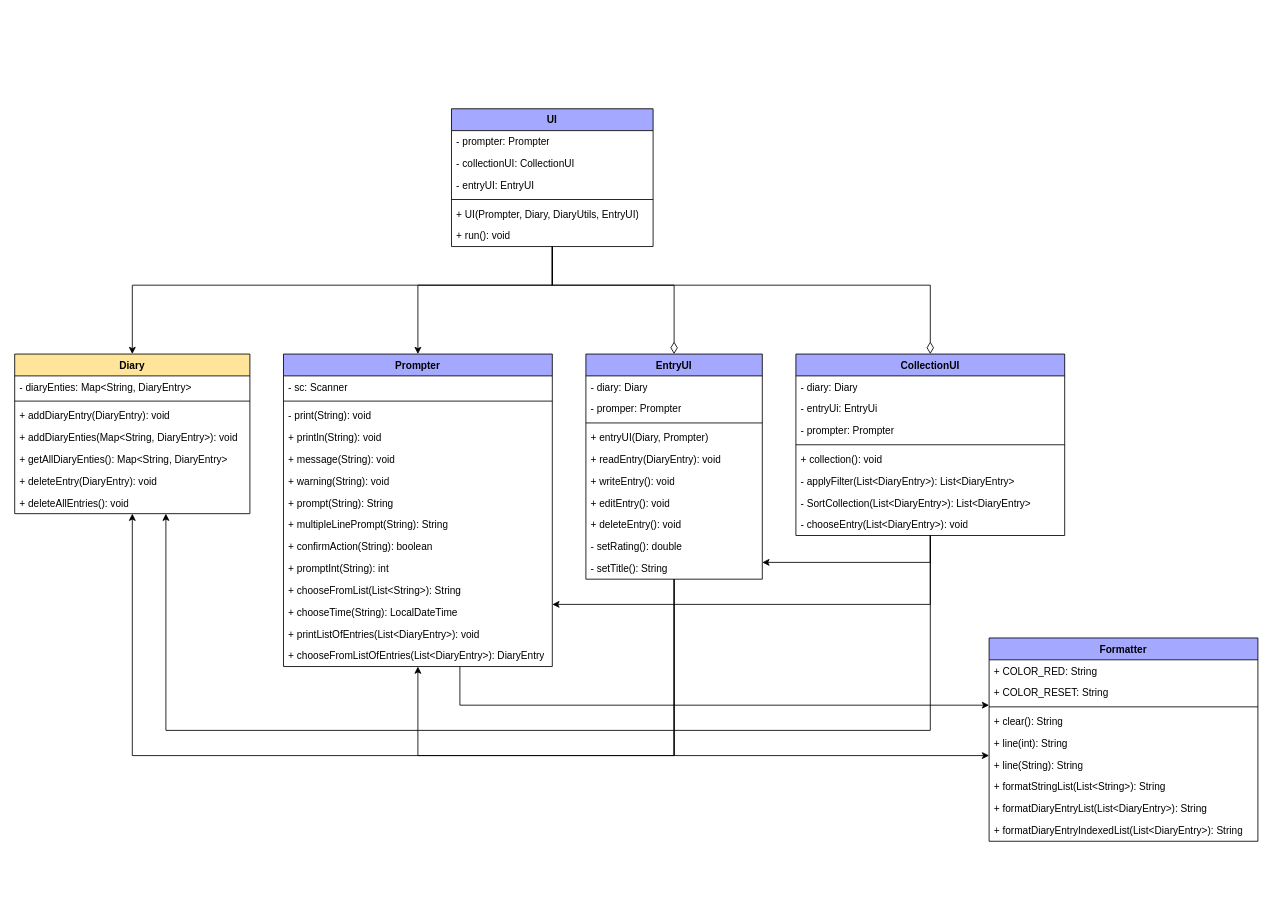
Earlier version of the draw.io diagram diagrams/UiClassesDiagram.drawio (NTNU-IDI/mappe-2025-eliashaugsbakk). Source tidied: cells renumbered, new cells numbered last; positions are measured from the earlier drawing's top-left corner, leaving out a move shared by most shapes. Both pictures are drawn from the tidied source at 84%, with x=0, y=0 at pixel (14, 108).
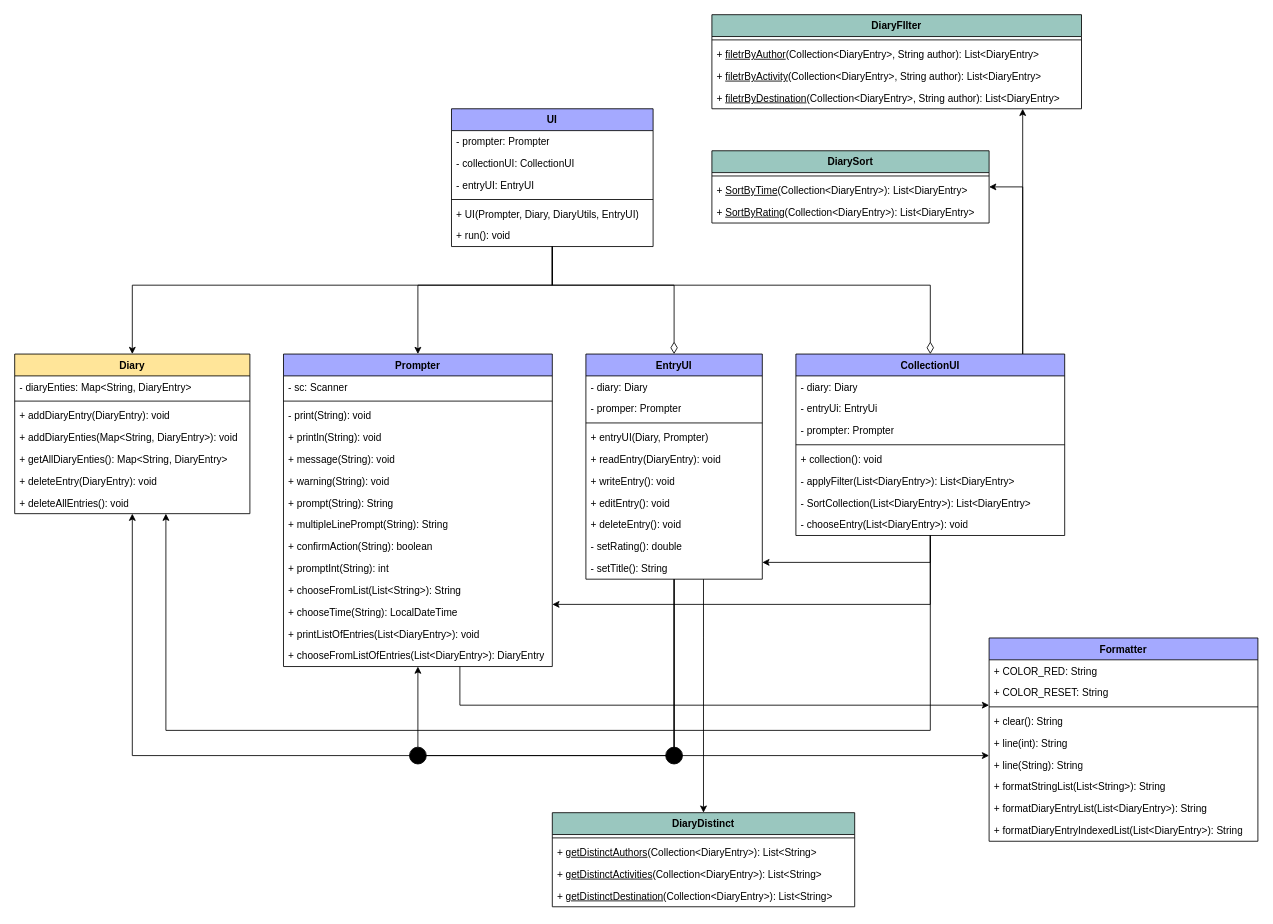
The same page after the edit.

Commit message:
Update UiClassesDiagram.drawio with utils/ classes

Unchanged cells that the change refers to:
```xml
<mxCell id="14" value="Prompter" style="swimlane;fontStyle=1;align=center;verticalAlign=top;horizontal=1;startSize=26;whiteSpace=wrap;html=1;fillColor=#A4A9FF;" parent="1" vertex="1">
  <mxGeometry x="320" y="292" width="320" height="372" as="geometry" />
</mxCell>
<mxCell id="42" value="EntryUI" style="swimlane;fontStyle=1;align=center;verticalAlign=top;horizontal=1;startSize=26;whiteSpace=wrap;html=1;fillColor=#A4A9FF;" parent="1" vertex="1">
  <mxGeometry x="680" y="292" width="210" height="268" as="geometry" />
</mxCell>
<mxCell id="56" value="CollectionUI" style="swimlane;fontStyle=1;align=center;verticalAlign=top;horizontal=1;startSize=26;whiteSpace=wrap;html=1;fillColor=#A4A9FF;" parent="1" vertex="1">
  <mxGeometry x="930" y="292" width="320" height="216" as="geometry" />
</mxCell>
```

Diff of the diagram source:
```diff
@@
-    <mxCell id="40" style="edgeStyle=orthogonalEdgeStyle;rounded=0;jettySize=auto;html=1;" parent="1" edge="1" source="42" target="14">
-      <mxGeometry relative="1" as="geometry">
-        <Array as="points">
-          <mxPoint x="785" y="770" />
-          <mxPoint x="480" y="770" />
-        </Array>
-      </mxGeometry>
+    <mxCell id="40" style="edgeStyle=orthogonalEdgeStyle;rounded=0;jettySize=auto;html=1;" parent="1" edge="1" source="82" target="14">
+      <mxGeometry relative="1" as="geometry" />
     </mxCell>
@@
+    <mxCell id="73" style="edgeStyle=orthogonalEdgeStyle;rounded=0;jettySize=auto;html=1;" parent="1" edge="1" source="42" target="76">
+      <mxGeometry relative="1" as="geometry">
+        <Array as="points">
+          <mxPoint x="820" y="630" />
+          <mxPoint x="820" y="630" />
+        </Array>
+      </mxGeometry>
+    </mxCell>
@@
+    <mxCell id="74" style="edgeStyle=orthogonalEdgeStyle;rounded=0;jettySize=auto;html=1;" parent="1" edge="1" source="56" target="89">
+      <mxGeometry relative="1" as="geometry">
+        <Array as="points">
+          <mxPoint x="1200" y="93" />
+        </Array>
+      </mxGeometry>
+    </mxCell>
+    <mxCell id="75" style="edgeStyle=orthogonalEdgeStyle;rounded=0;jettySize=auto;html=1;" parent="1" edge="1" source="56" target="84">
+      <mxGeometry relative="1" as="geometry">
+        <Array as="points">
+          <mxPoint x="1200" y="230" />
+          <mxPoint x="1200" y="230" />
+        </Array>
+      </mxGeometry>
+    </mxCell>
@@
+    <mxCell id="76" value="DiaryDistinct" style="swimlane;fontStyle=1;align=center;verticalAlign=top;horizontal=1;startSize=26;whiteSpace=wrap;html=1;fillColor=#9AC7BF;" parent="1" vertex="1">
+      <mxGeometry x="640" y="838" width="360" height="112" as="geometry" />
+    </mxCell>
+    <mxCell id="77" style="line;strokeWidth=1;fillColor=none;align=left;verticalAlign=middle;spacingTop=-1;spacingLeft=3;spacingRight=3;labelPosition=right;strokeColor=inherit;" parent="76" vertex="1">
+      <mxGeometry y="26" width="360" height="8" as="geometry" />
+    </mxCell>
+    <mxCell id="78" value="+ &lt;u&gt;getDistinctAuthors&lt;/u&gt;(Collection&amp;lt;DiaryEntry&amp;gt;): List&amp;lt;String&amp;gt;" style="text;strokeColor=none;fillColor=none;align=left;verticalAlign=top;spacingLeft=4;spacingRight=4;overflow=hidden;whiteSpace=wrap;html=1;" parent="76" vertex="1">
+      <mxGeometry y="34" width="360" height="26" as="geometry" />
+    </mxCell>
+    <mxCell id="79" value="+ &lt;u&gt;getDistinctActivities&lt;/u&gt;(Collection&amp;lt;DiaryEntry&amp;gt;): List&amp;lt;String&amp;gt;" style="text;strokeColor=none;fillColor=none;align=left;verticalAlign=top;spacingLeft=4;spacingRight=4;overflow=hidden;whiteSpace=wrap;html=1;" parent="76" vertex="1">
+      <mxGeometry y="60" width="360" height="26" as="geometry" />
+    </mxCell>
+    <mxCell id="80" value="+ &lt;u&gt;getDistinctDestination&lt;/u&gt;(Collection&amp;lt;DiaryEntry&amp;gt;): List&amp;lt;String&amp;gt;" style="text;strokeColor=none;fillColor=none;align=left;verticalAlign=top;spacingLeft=4;spacingRight=4;overflow=hidden;whiteSpace=wrap;html=1;" parent="76" vertex="1">
+      <mxGeometry y="86" width="360" height="26" as="geometry" />
+    </mxCell>
+    <mxCell id="81" style="edgeStyle=orthogonalEdgeStyle;rounded=0;jettySize=auto;html=1;endArrow=none;endFill=0;" parent="1" edge="1" source="42" target="82">
+      <mxGeometry relative="1" as="geometry">
+        <Array as="points">
+          <mxPoint x="785" y="770" />
+        </Array>
+      </mxGeometry>
+    </mxCell>
+    <mxCell id="82" style="ellipse;whiteSpace=wrap;html=1;fillColor=#000000;" parent="1" vertex="1">
+      <mxGeometry x="470" y="760" width="20" height="20" as="geometry" />
+    </mxCell>
+    <mxCell id="83" style="ellipse;whiteSpace=wrap;html=1;fillColor=#000000;" parent="1" vertex="1">
+      <mxGeometry x="775" y="760" width="20" height="20" as="geometry" />
+    </mxCell>
+    <mxCell id="84" value="DiaryFIlter" style="swimlane;fontStyle=1;align=center;verticalAlign=top;horizontal=1;startSize=26;whiteSpace=wrap;html=1;fillColor=#9AC7BF;" parent="1" vertex="1">
+      <mxGeometry x="830" y="-112" width="440" height="112" as="geometry" />
+    </mxCell>
+    <mxCell id="85" style="line;strokeWidth=1;fillColor=none;align=left;verticalAlign=middle;spacingTop=-1;spacingLeft=3;spacingRight=3;labelPosition=right;strokeColor=inherit;" parent="84" vertex="1">
+      <mxGeometry y="26" width="440" height="8" as="geometry" />
+    </mxCell>
+    <mxCell id="86" value="+ &lt;u&gt;filetrByAuthor&lt;/u&gt;(Collection&amp;lt;DiaryEntry&amp;gt;, String author): List&amp;lt;DiaryEntry&amp;gt;" style="text;strokeColor=none;fillColor=none;align=left;verticalAlign=top;spacingLeft=4;spacingRight=4;overflow=hidden;whiteSpace=wrap;html=1;" parent="84" vertex="1">
+      <mxGeometry y="34" width="440" height="26" as="geometry" />
+    </mxCell>
+    <mxCell id="87" value="+ &lt;u&gt;filetrByActivity&lt;/u&gt;(Collection&amp;lt;DiaryEntry&amp;gt;, String author): List&amp;lt;DiaryEntry&amp;gt;" style="text;strokeColor=none;fillColor=none;align=left;verticalAlign=top;spacingLeft=4;spacingRight=4;overflow=hidden;whiteSpace=wrap;html=1;" parent="84" vertex="1">
+      <mxGeometry y="60" width="440" height="26" as="geometry" />
+    </mxCell>
+    <mxCell id="88" value="+ &lt;u&gt;filetrByDestination&lt;/u&gt;(Collection&amp;lt;DiaryEntry&amp;gt;, String author): List&amp;lt;DiaryEntry&amp;gt;" style="text;strokeColor=none;fillColor=none;align=left;verticalAlign=top;spacingLeft=4;spacingRight=4;overflow=hidden;whiteSpace=wrap;html=1;" parent="84" vertex="1">
+      <mxGeometry y="86" width="440" height="26" as="geometry" />
+    </mxCell>
+    <mxCell id="89" value="DiarySort" style="swimlane;fontStyle=1;align=center;verticalAlign=top;horizontal=1;startSize=26;whiteSpace=wrap;html=1;fillColor=#9AC7BF;" parent="1" vertex="1">
+      <mxGeometry x="830" y="50" width="330" height="86" as="geometry" />
+    </mxCell>
+    <mxCell id="90" style="line;strokeWidth=1;fillColor=none;align=left;verticalAlign=middle;spacingTop=-1;spacingLeft=3;spacingRight=3;labelPosition=right;strokeColor=inherit;" parent="89" vertex="1">
+      <mxGeometry y="26" width="330" height="8" as="geometry" />
+    </mxCell>
+    <mxCell id="91" value="+ &lt;u&gt;SortByTime&lt;/u&gt;(Collection&amp;lt;DiaryEntry&amp;gt;): List&amp;lt;DiaryEntry&amp;gt;" style="text;strokeColor=none;fillColor=none;align=left;verticalAlign=top;spacingLeft=4;spacingRight=4;overflow=hidden;whiteSpace=wrap;html=1;" parent="89" vertex="1">
+      <mxGeometry y="34" width="330" height="26" as="geometry" />
+    </mxCell>
+    <mxCell id="92" value="+ &lt;u&gt;SortByRating&lt;/u&gt;(Collection&amp;lt;DiaryEntry&amp;gt;): List&amp;lt;DiaryEntry&amp;gt;" style="text;strokeColor=none;fillColor=none;align=left;verticalAlign=top;spacingLeft=4;spacingRight=4;overflow=hidden;whiteSpace=wrap;html=1;" parent="89" vertex="1">
+      <mxGeometry y="60" width="330" height="26" as="geometry" />
+    </mxCell>
```
